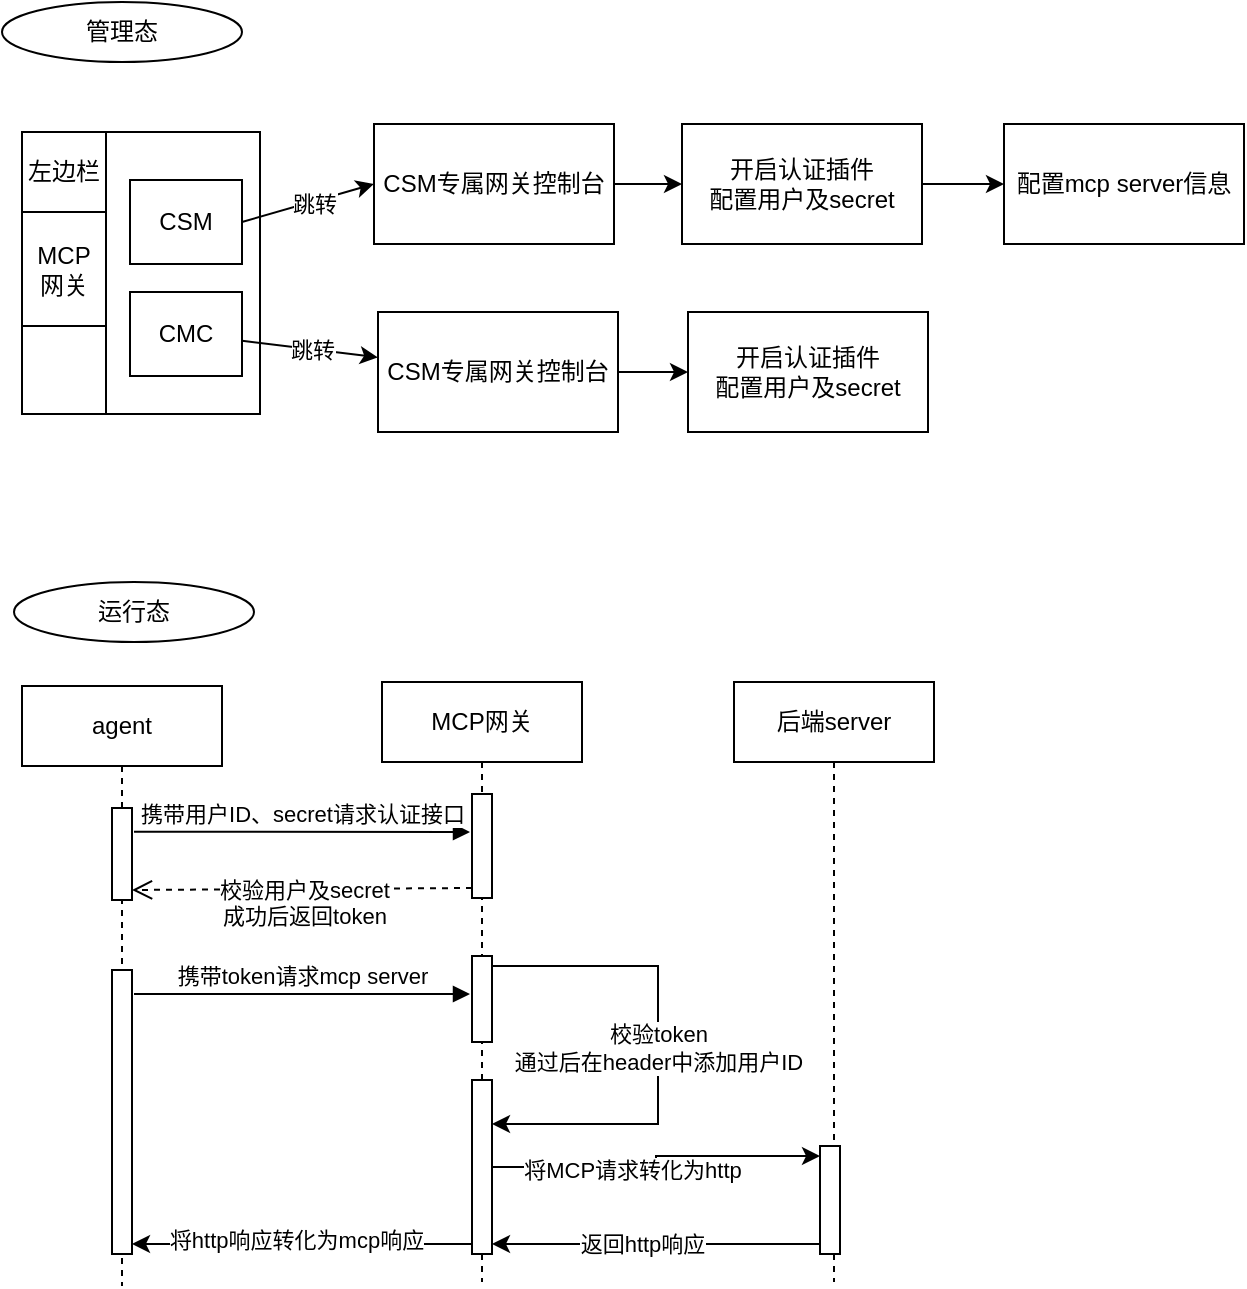
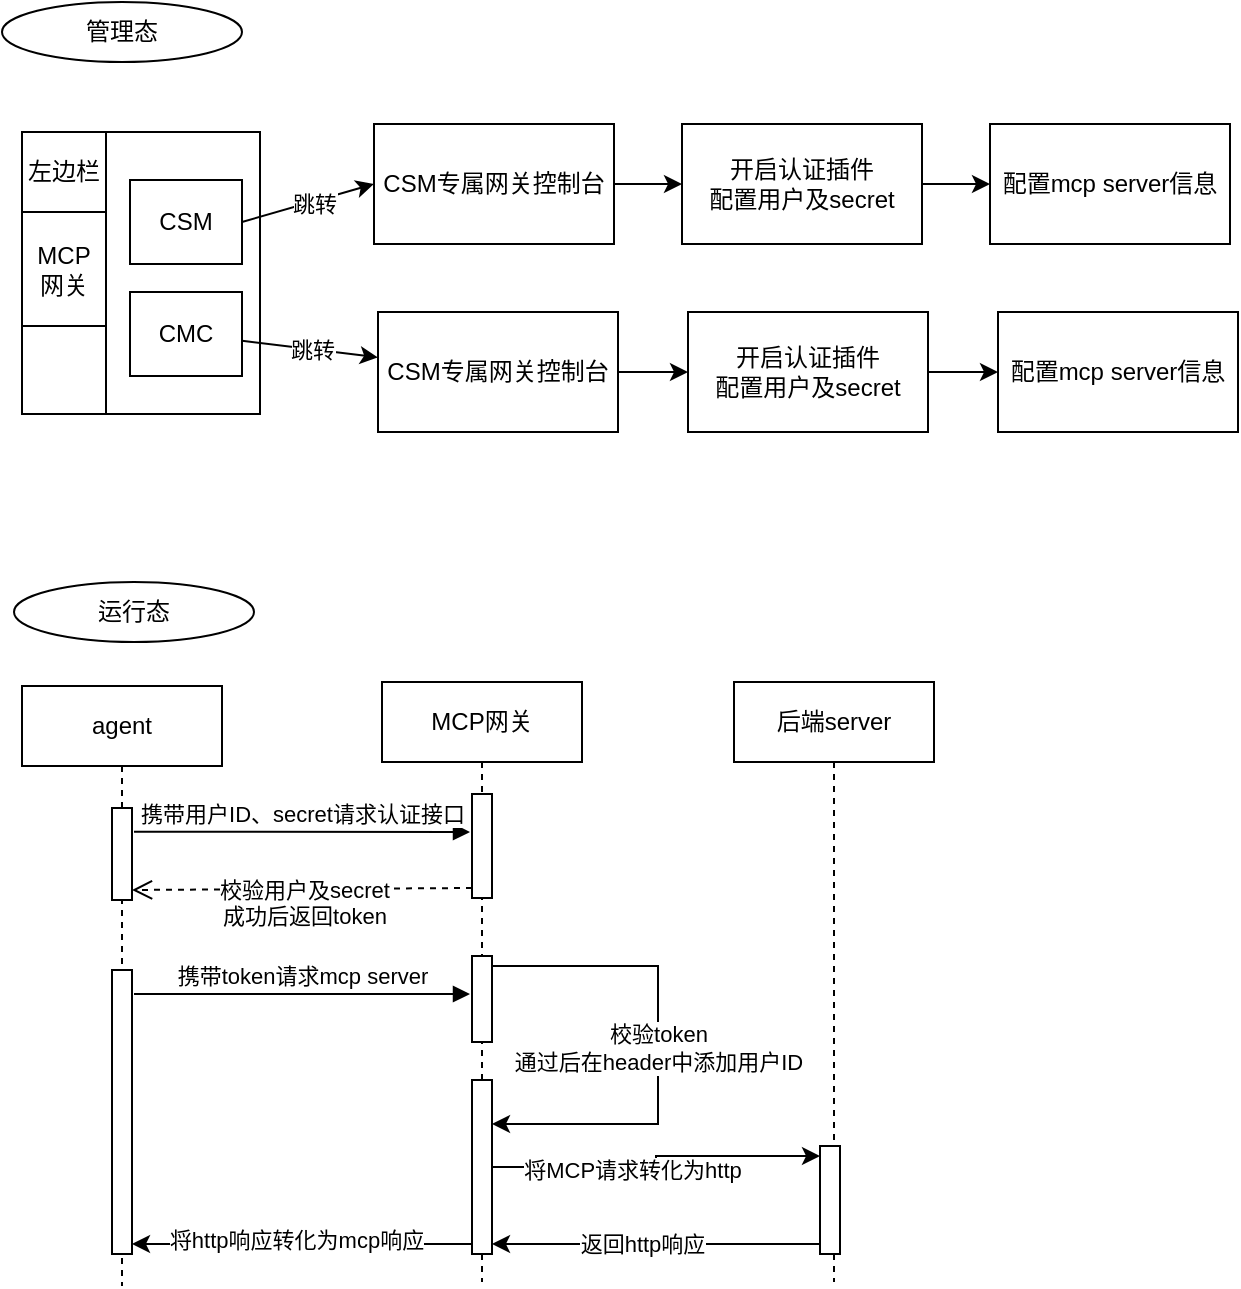
<mxfile host="app.diagrams.net">
  <diagram name="第 1 页" id="v2hsfRa7gXxFo1c_jMZc">
    <mxGraphModel dx="934" dy="610" grid="0" gridSize="10" guides="1" tooltips="1" connect="1" arrows="1" fold="1" page="1" pageScale="1" pageWidth="827" pageHeight="1169" math="0" shadow="0">
      <root>
        <mxCell id="0" />
        <mxCell id="1" parent="0" />
        <mxCell id="Vr7ZYQnQsq7QcT0ujrnK-1" parent="1" style="rounded=0;whiteSpace=wrap;html=1;" value="" vertex="1">
          <mxGeometry height="141" width="119" x="58" y="104" as="geometry" />
        </mxCell>
        <mxCell id="Vr7ZYQnQsq7QcT0ujrnK-2" parent="1" style="rounded=0;whiteSpace=wrap;html=1;" value="" vertex="1">
          <mxGeometry height="141" width="42" x="58" y="104" as="geometry" />
        </mxCell>
        <mxCell id="Vr7ZYQnQsq7QcT0ujrnK-4" parent="1" style="rounded=0;whiteSpace=wrap;html=1;" value="MCP&lt;div&gt;网关&lt;/div&gt;" vertex="1">
          <mxGeometry height="57" width="42" x="58" y="144" as="geometry" />
        </mxCell>
        <mxCell id="Vr7ZYQnQsq7QcT0ujrnK-5" parent="1" style="rounded=0;whiteSpace=wrap;html=1;" value="左边栏" vertex="1">
          <mxGeometry height="40" width="42" x="58" y="104" as="geometry" />
        </mxCell>
        <mxCell id="Vr7ZYQnQsq7QcT0ujrnK-9" edge="1" parent="1" source="Vr7ZYQnQsq7QcT0ujrnK-6" style="rounded=0;orthogonalLoop=1;jettySize=auto;html=1;exitX=1;exitY=0.5;exitDx=0;exitDy=0;entryX=0;entryY=0.5;entryDx=0;entryDy=0;" target="Vr7ZYQnQsq7QcT0ujrnK-8">
          <mxGeometry relative="1" as="geometry" />
        </mxCell>
        <mxCell id="Vr7ZYQnQsq7QcT0ujrnK-12" connectable="0" parent="Vr7ZYQnQsq7QcT0ujrnK-9" style="edgeLabel;html=1;align=center;verticalAlign=middle;resizable=0;points=[];" value="跳转" vertex="1">
          <mxGeometry relative="1" x="0.0797" y="-1" as="geometry">
            <mxPoint as="offset" />
          </mxGeometry>
        </mxCell>
        <mxCell id="Vr7ZYQnQsq7QcT0ujrnK-6" parent="1" style="rounded=0;whiteSpace=wrap;html=1;" value="CSM" vertex="1">
          <mxGeometry height="42" width="56" x="112" y="128" as="geometry" />
        </mxCell>
        <mxCell id="Vr7ZYQnQsq7QcT0ujrnK-11" edge="1" parent="1" source="Vr7ZYQnQsq7QcT0ujrnK-7" style="rounded=0;orthogonalLoop=1;jettySize=auto;html=1;" target="Vr7ZYQnQsq7QcT0ujrnK-10" value="">
          <mxGeometry relative="1" as="geometry" />
        </mxCell>
        <mxCell id="Vr7ZYQnQsq7QcT0ujrnK-13" connectable="0" parent="Vr7ZYQnQsq7QcT0ujrnK-11" style="edgeLabel;html=1;align=center;verticalAlign=middle;resizable=0;points=[];" value="跳转" vertex="1">
          <mxGeometry relative="1" x="0.0168" as="geometry">
            <mxPoint as="offset" />
          </mxGeometry>
        </mxCell>
        <mxCell id="Vr7ZYQnQsq7QcT0ujrnK-7" parent="1" style="rounded=0;whiteSpace=wrap;html=1;" value="CMC" vertex="1">
          <mxGeometry height="42" width="56" x="112" y="184" as="geometry" />
        </mxCell>
        <mxCell id="Vr7ZYQnQsq7QcT0ujrnK-15" edge="1" parent="1" source="Vr7ZYQnQsq7QcT0ujrnK-8" style="edgeStyle=orthogonalEdgeStyle;rounded=0;orthogonalLoop=1;jettySize=auto;html=1;" target="Vr7ZYQnQsq7QcT0ujrnK-14" value="">
          <mxGeometry relative="1" as="geometry" />
        </mxCell>
        <mxCell id="Vr7ZYQnQsq7QcT0ujrnK-8" parent="1" style="rounded=0;whiteSpace=wrap;html=1;" value="CSM专属网关控制台" vertex="1">
          <mxGeometry height="60" width="120" x="234" y="100" as="geometry" />
        </mxCell>
        <mxCell id="Vr7ZYQnQsq7QcT0ujrnK-17" edge="1" parent="1" source="Vr7ZYQnQsq7QcT0ujrnK-10" style="edgeStyle=orthogonalEdgeStyle;rounded=0;orthogonalLoop=1;jettySize=auto;html=1;" target="Vr7ZYQnQsq7QcT0ujrnK-16" value="">
          <mxGeometry relative="1" as="geometry" />
        </mxCell>
        <mxCell id="Vr7ZYQnQsq7QcT0ujrnK-10" parent="1" style="rounded=0;whiteSpace=wrap;html=1;" value="CSM专属网关控制台" vertex="1">
          <mxGeometry height="60" width="120" x="236" y="194" as="geometry" />
        </mxCell>
        <mxCell id="Vr7ZYQnQsq7QcT0ujrnK-43" edge="1" parent="1" source="Vr7ZYQnQsq7QcT0ujrnK-14" style="edgeStyle=orthogonalEdgeStyle;rounded=0;orthogonalLoop=1;jettySize=auto;html=1;" target="Vr7ZYQnQsq7QcT0ujrnK-42" value="">
          <mxGeometry relative="1" as="geometry" />
        </mxCell>
        <mxCell id="Vr7ZYQnQsq7QcT0ujrnK-14" parent="1" style="rounded=0;whiteSpace=wrap;html=1;" value="开启认证插件&lt;div&gt;配置用户及secret&lt;/div&gt;" vertex="1">
          <mxGeometry height="60" width="120" x="388" y="100" as="geometry" />
+         </mxCell>
+         <mxCell id="Vr7ZYQnQsq7QcT0ujrnK-45" edge="1" parent="1" source="Vr7ZYQnQsq7QcT0ujrnK-16" style="edgeStyle=orthogonalEdgeStyle;rounded=0;orthogonalLoop=1;jettySize=auto;html=1;" target="Vr7ZYQnQsq7QcT0ujrnK-44" value="">
+           <mxGeometry relative="1" as="geometry" />
        </mxCell>
        <mxCell id="Vr7ZYQnQsq7QcT0ujrnK-16" parent="1" style="rounded=0;whiteSpace=wrap;html=1;" value="开启认证插件&lt;div&gt;配置用户及secret&lt;/div&gt;" vertex="1">
          <mxGeometry height="60" width="120" x="391" y="194" as="geometry" />
        </mxCell>
        <mxCell id="Vr7ZYQnQsq7QcT0ujrnK-18" parent="1" style="ellipse;whiteSpace=wrap;html=1;" value="管理态" vertex="1">
          <mxGeometry height="30" width="120" x="48" y="39" as="geometry" />
        </mxCell>
        <mxCell id="Vr7ZYQnQsq7QcT0ujrnK-19" parent="1" style="ellipse;whiteSpace=wrap;html=1;" value="运行态" vertex="1">
          <mxGeometry height="30" width="120" x="54" y="329" as="geometry" />
        </mxCell>
        <mxCell id="Vr7ZYQnQsq7QcT0ujrnK-20" parent="1" style="shape=umlLifeline;perimeter=lifelinePerimeter;whiteSpace=wrap;html=1;container=1;dropTarget=0;collapsible=0;recursiveResize=0;outlineConnect=0;portConstraint=eastwest;newEdgeStyle={&quot;curved&quot;:0,&quot;rounded&quot;:0};" value="agent" vertex="1">
          <mxGeometry height="300" width="100" x="58" y="381" as="geometry" />
        </mxCell>
        <mxCell id="Vr7ZYQnQsq7QcT0ujrnK-26" parent="Vr7ZYQnQsq7QcT0ujrnK-20" style="html=1;points=[[0,0,0,0,5],[0,1,0,0,-5],[1,0,0,0,5],[1,1,0,0,-5]];perimeter=orthogonalPerimeter;outlineConnect=0;targetShapes=umlLifeline;portConstraint=eastwest;newEdgeStyle={&quot;curved&quot;:0,&quot;rounded&quot;:0};" value="" vertex="1">
          <mxGeometry height="46" width="10" x="45" y="61" as="geometry" />
        </mxCell>
        <mxCell id="Vr7ZYQnQsq7QcT0ujrnK-21" parent="1" style="shape=umlLifeline;perimeter=lifelinePerimeter;whiteSpace=wrap;html=1;container=1;dropTarget=0;collapsible=0;recursiveResize=0;outlineConnect=0;portConstraint=eastwest;newEdgeStyle={&quot;curved&quot;:0,&quot;rounded&quot;:0};" value="MCP网关" vertex="1">
          <mxGeometry height="300" width="100" x="238" y="379" as="geometry" />
        </mxCell>
        <mxCell id="Vr7ZYQnQsq7QcT0ujrnK-23" parent="Vr7ZYQnQsq7QcT0ujrnK-21" style="html=1;points=[[0,0,0,0,5],[0,1,0,0,-5],[1,0,0,0,5],[1,1,0,0,-5]];perimeter=orthogonalPerimeter;outlineConnect=0;targetShapes=umlLifeline;portConstraint=eastwest;newEdgeStyle={&quot;curved&quot;:0,&quot;rounded&quot;:0};" value="" vertex="1">
          <mxGeometry height="52" width="10" x="45" y="56" as="geometry" />
        </mxCell>
        <mxCell id="Vr7ZYQnQsq7QcT0ujrnK-31" edge="1" parent="Vr7ZYQnQsq7QcT0ujrnK-21" source="Vr7ZYQnQsq7QcT0ujrnK-28" style="edgeStyle=orthogonalEdgeStyle;rounded=0;orthogonalLoop=1;jettySize=auto;html=1;curved=0;exitX=1;exitY=0;exitDx=0;exitDy=5;exitPerimeter=0;" target="Vr7ZYQnQsq7QcT0ujrnK-30">
          <mxGeometry relative="1" as="geometry">
            <Array as="points">
              <mxPoint x="138" y="142" />
              <mxPoint x="138" y="221" />
            </Array>
          </mxGeometry>
        </mxCell>
        <mxCell id="Vr7ZYQnQsq7QcT0ujrnK-32" connectable="0" parent="Vr7ZYQnQsq7QcT0ujrnK-31" style="edgeLabel;html=1;align=center;verticalAlign=middle;resizable=0;points=[];" value="校验token&lt;div&gt;通过后在header中添加用户ID&lt;/div&gt;" vertex="1">
          <mxGeometry relative="1" x="-0.2068" y="1" as="geometry">
            <mxPoint x="-1" y="27" as="offset" />
          </mxGeometry>
        </mxCell>
        <mxCell id="Vr7ZYQnQsq7QcT0ujrnK-28" parent="Vr7ZYQnQsq7QcT0ujrnK-21" style="html=1;points=[[0,0,0,0,5],[0,1,0,0,-5],[1,0,0,0,5],[1,1,0,0,-5]];perimeter=orthogonalPerimeter;outlineConnect=0;targetShapes=umlLifeline;portConstraint=eastwest;newEdgeStyle={&quot;curved&quot;:0,&quot;rounded&quot;:0};" value="" vertex="1">
          <mxGeometry height="43" width="10" x="45" y="137" as="geometry" />
        </mxCell>
        <mxCell id="Vr7ZYQnQsq7QcT0ujrnK-27" parent="Vr7ZYQnQsq7QcT0ujrnK-21" style="html=1;points=[[0,0,0,0,5],[0,1,0,0,-5],[1,0,0,0,5],[1,1,0,0,-5]];perimeter=orthogonalPerimeter;outlineConnect=0;targetShapes=umlLifeline;portConstraint=eastwest;newEdgeStyle={&quot;curved&quot;:0,&quot;rounded&quot;:0};" value="" vertex="1">
          <mxGeometry height="142" width="10" x="-135" y="144" as="geometry" />
        </mxCell>
        <mxCell id="Vr7ZYQnQsq7QcT0ujrnK-29" edge="1" parent="Vr7ZYQnQsq7QcT0ujrnK-21" style="html=1;verticalAlign=bottom;endArrow=block;curved=0;rounded=0;exitX=0.56;exitY=0.243;exitDx=0;exitDy=0;exitPerimeter=0;" value="携带token请求mcp server">
          <mxGeometry relative="1" as="geometry">
            <mxPoint x="-124" y="156" as="sourcePoint" />
            <mxPoint x="44" y="156" as="targetPoint" />
          </mxGeometry>
        </mxCell>
        <mxCell id="Vr7ZYQnQsq7QcT0ujrnK-30" parent="Vr7ZYQnQsq7QcT0ujrnK-21" style="html=1;points=[[0,0,0,0,5],[0,1,0,0,-5],[1,0,0,0,5],[1,1,0,0,-5]];perimeter=orthogonalPerimeter;outlineConnect=0;targetShapes=umlLifeline;portConstraint=eastwest;newEdgeStyle={&quot;curved&quot;:0,&quot;rounded&quot;:0};" value="" vertex="1">
          <mxGeometry height="87" width="10" x="45" y="199" as="geometry" />
        </mxCell>
        <mxCell id="Vr7ZYQnQsq7QcT0ujrnK-39" edge="1" parent="Vr7ZYQnQsq7QcT0ujrnK-21" source="Vr7ZYQnQsq7QcT0ujrnK-30" style="edgeStyle=orthogonalEdgeStyle;rounded=0;orthogonalLoop=1;jettySize=auto;html=1;curved=0;exitX=0;exitY=1;exitDx=0;exitDy=-5;exitPerimeter=0;entryX=1;entryY=1;entryDx=0;entryDy=-5;entryPerimeter=0;" target="Vr7ZYQnQsq7QcT0ujrnK-27">
          <mxGeometry relative="1" as="geometry" />
        </mxCell>
        <mxCell id="Vr7ZYQnQsq7QcT0ujrnK-41" connectable="0" parent="Vr7ZYQnQsq7QcT0ujrnK-39" style="edgeLabel;html=1;align=center;verticalAlign=middle;resizable=0;points=[];" value="将http响应转化为mcp响应" vertex="1">
          <mxGeometry relative="1" x="0.0353" y="-2" as="geometry">
            <mxPoint as="offset" />
          </mxGeometry>
        </mxCell>
        <mxCell id="Vr7ZYQnQsq7QcT0ujrnK-22" parent="1" style="shape=umlLifeline;perimeter=lifelinePerimeter;whiteSpace=wrap;html=1;container=1;dropTarget=0;collapsible=0;recursiveResize=0;outlineConnect=0;portConstraint=eastwest;newEdgeStyle={&quot;curved&quot;:0,&quot;rounded&quot;:0};" value="后端server" vertex="1">
          <mxGeometry height="300" width="100" x="414" y="379" as="geometry" />
        </mxCell>
        <mxCell id="Vr7ZYQnQsq7QcT0ujrnK-33" parent="Vr7ZYQnQsq7QcT0ujrnK-22" style="html=1;points=[[0,0,0,0,5],[0,1,0,0,-5],[1,0,0,0,5],[1,1,0,0,-5]];perimeter=orthogonalPerimeter;outlineConnect=0;targetShapes=umlLifeline;portConstraint=eastwest;newEdgeStyle={&quot;curved&quot;:0,&quot;rounded&quot;:0};" value="" vertex="1">
          <mxGeometry height="54" width="10" x="43" y="232" as="geometry" />
        </mxCell>
        <mxCell id="Vr7ZYQnQsq7QcT0ujrnK-24" edge="1" parent="1" source="Vr7ZYQnQsq7QcT0ujrnK-20" style="html=1;verticalAlign=bottom;endArrow=block;curved=0;rounded=0;exitX=0.56;exitY=0.243;exitDx=0;exitDy=0;exitPerimeter=0;" value="携带用户ID、secret请求认证接口">
          <mxGeometry relative="1" as="geometry">
            <mxPoint x="114" y="459" as="sourcePoint" />
            <mxPoint x="282" y="454" as="targetPoint" />
          </mxGeometry>
        </mxCell>
        <mxCell id="Vr7ZYQnQsq7QcT0ujrnK-35" edge="1" parent="1" source="Vr7ZYQnQsq7QcT0ujrnK-23" style="html=1;verticalAlign=bottom;endArrow=open;dashed=1;endSize=8;curved=0;rounded=0;exitX=0;exitY=1;exitDx=0;exitDy=-5;exitPerimeter=0;entryX=1;entryY=1;entryDx=0;entryDy=-5;entryPerimeter=0;" target="Vr7ZYQnQsq7QcT0ujrnK-26" value="校验用户及secret&lt;div&gt;成功后返回token&lt;/div&gt;">
          <mxGeometry relative="1" x="-0.0102" y="23" as="geometry">
            <mxPoint as="offset" />
            <mxPoint x="259" y="477" as="sourcePoint" />
            <mxPoint x="191" y="480" as="targetPoint" />
          </mxGeometry>
        </mxCell>
        <mxCell id="Vr7ZYQnQsq7QcT0ujrnK-36" edge="1" parent="1" source="Vr7ZYQnQsq7QcT0ujrnK-30" style="edgeStyle=orthogonalEdgeStyle;rounded=0;orthogonalLoop=1;jettySize=auto;html=1;curved=0;entryX=0;entryY=0;entryDx=0;entryDy=5;entryPerimeter=0;" target="Vr7ZYQnQsq7QcT0ujrnK-33">
          <mxGeometry relative="1" as="geometry" />
        </mxCell>
        <mxCell id="Vr7ZYQnQsq7QcT0ujrnK-37" connectable="0" parent="Vr7ZYQnQsq7QcT0ujrnK-36" style="edgeLabel;html=1;align=center;verticalAlign=middle;resizable=0;points=[];" value="将MCP请求转化为http" vertex="1">
          <mxGeometry relative="1" x="-0.1733" as="geometry">
            <mxPoint y="1" as="offset" />
          </mxGeometry>
        </mxCell>
        <mxCell id="Vr7ZYQnQsq7QcT0ujrnK-38" edge="1" parent="1" source="Vr7ZYQnQsq7QcT0ujrnK-33" style="edgeStyle=orthogonalEdgeStyle;rounded=0;orthogonalLoop=1;jettySize=auto;html=1;curved=0;exitX=0;exitY=1;exitDx=0;exitDy=-5;exitPerimeter=0;entryX=1;entryY=1;entryDx=0;entryDy=-5;entryPerimeter=0;" target="Vr7ZYQnQsq7QcT0ujrnK-30">
          <mxGeometry relative="1" as="geometry" />
        </mxCell>
        <mxCell id="Vr7ZYQnQsq7QcT0ujrnK-40" connectable="0" parent="Vr7ZYQnQsq7QcT0ujrnK-38" style="edgeLabel;html=1;align=center;verticalAlign=middle;resizable=0;points=[];" value="返回http响应" vertex="1">
          <mxGeometry relative="1" x="0.0854" as="geometry">
            <mxPoint as="offset" />
          </mxGeometry>
        </mxCell>
        <mxCell id="Vr7ZYQnQsq7QcT0ujrnK-42" parent="1" style="rounded=0;whiteSpace=wrap;html=1;" value="配置mcp server信息" vertex="1">
-           <mxGeometry height="60" width="120" x="549" y="100" as="geometry" />
+           <mxGeometry height="60" width="120" x="542" y="100" as="geometry" />
+         </mxCell>
+         <mxCell id="Vr7ZYQnQsq7QcT0ujrnK-44" parent="1" style="rounded=0;whiteSpace=wrap;html=1;" value="配置mcp server信息" vertex="1">
+           <mxGeometry height="60" width="120" x="546" y="194" as="geometry" />
        </mxCell>
      </root>
    </mxGraphModel>
  </diagram>
</mxfile>
